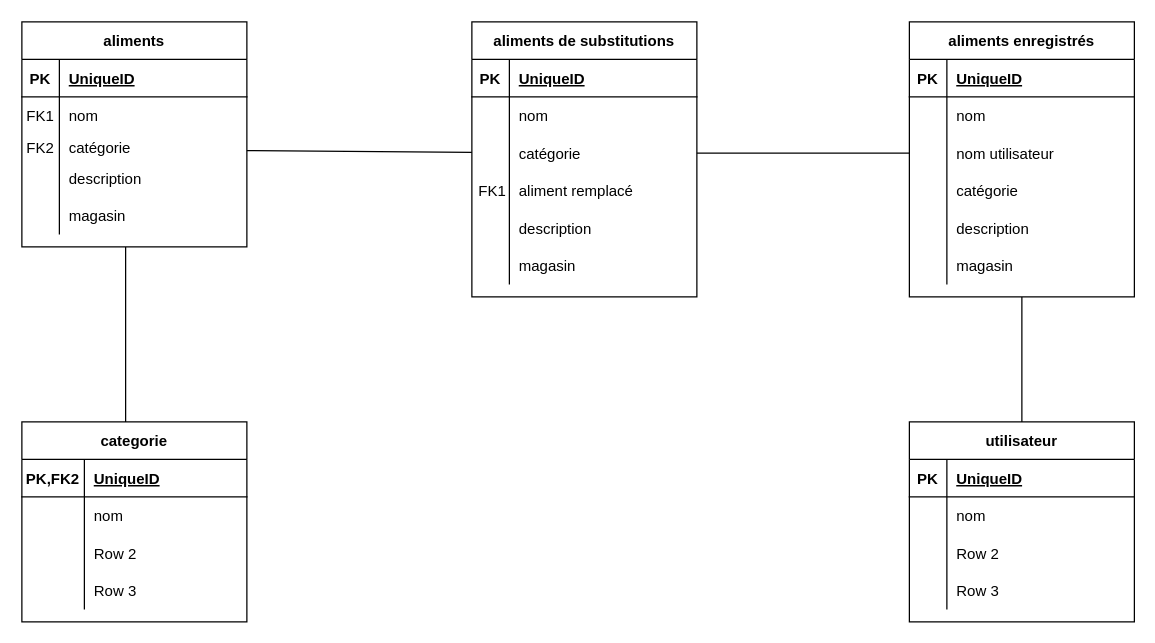
robindauteuil/Diagramme_UML keeps this draw.io diagram as page "Page-10" (10 of 10) of diagrammes réunis.drawio. Above is the earlier version. Source tidied: cells renumbered, new cells numbered last; positions are measured from the earlier drawing's top-left corner, leaving out a move shared by most shapes. Both pictures are drawn from the tidied source at 125%, with x=0, y=0 at pixel (21, 21).
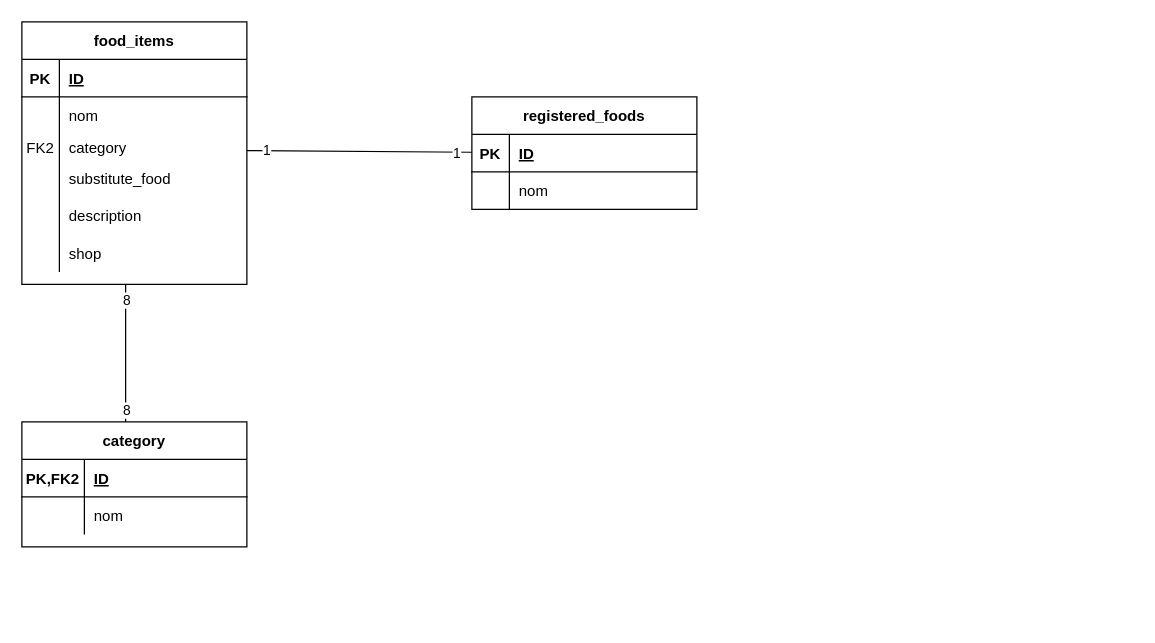
The same page after the edit.

Unchanged cells that the change refers to:
```xml
<mxCell id="3" style="shape=partialRectangle;fillColor=none;top=0;left=0;bottom=1;right=0;" parent="2" vertex="1">
  <mxGeometry y="30" width="180" height="30" as="geometry" />
</mxCell>
<mxCell id="6" style="shape=partialRectangle;fillColor=none;top=0;left=0;bottom=0;right=0;" parent="2" vertex="1">
  <mxGeometry y="60" width="180" height="30" as="geometry" />
</mxCell>
<mxCell id="9" style="shape=partialRectangle;fillColor=none;top=0;left=0;bottom=0;right=0;" parent="2" vertex="1">
  <mxGeometry y="90" width="180" height="20" as="geometry" />
</mxCell>
<mxCell id="38" style="shape=partialRectangle;fillColor=none;top=0;left=0;bottom=1;right=0;" parent="37" vertex="1">
  <mxGeometry y="30" width="180" height="30" as="geometry" />
</mxCell>
<mxCell id="57" style="shape=partialRectangle;fillColor=none;top=0;left=0;bottom=1;right=0;" parent="56" vertex="1">
  <mxGeometry y="30" width="180" height="30" as="geometry" />
</mxCell>
```

What changed in the source:
```diff
@@
-    <mxCell id="2" value="aliments" style="shape=table;startSize=30;childLayout=tableLayout;rowLines=0;fontStyle=1;align=center;" parent="1" vertex="1">
-      <mxGeometry width="180" height="180" as="geometry" />
+    <mxCell id="2" value="food_items" style="shape=table;startSize=30;childLayout=tableLayout;rowLines=0;fontStyle=1;align=center;" parent="1" vertex="1">
+      <mxGeometry width="180" height="210" as="geometry" />
     </mxCell>
@@
-    <mxCell id="5" value="UniqueID" style="shape=partialRectangle;fillColor=none;top=0;left=0;bottom=0;right=0;align=left;spacingLeft=6;fontStyle=5;overflow=hidden;" parent="3" vertex="1">
+    <mxCell id="5" value="ID" style="shape=partialRectangle;fillColor=none;top=0;left=0;bottom=0;right=0;align=left;spacingLeft=6;fontStyle=5;overflow=hidden;" parent="3" vertex="1">
       <mxGeometry x="30" width="150" height="30" as="geometry" />
     </mxCell>
@@
-    <mxCell id="7" value="FK1" style="shape=partialRectangle;fillColor=none;top=0;left=0;bottom=0;right=0;overflow=hidden;" parent="6" vertex="1">
+    <mxCell id="7" style="shape=partialRectangle;fillColor=none;top=0;left=0;bottom=0;right=0;overflow=hidden;" parent="6" vertex="1">
       <mxGeometry width="30" height="30" as="geometry" />
     </mxCell>
@@
-    <mxCell id="11" value="catégorie" style="shape=partialRectangle;fillColor=none;top=0;left=0;bottom=0;right=0;align=left;spacingLeft=6;overflow=hidden;" parent="9" vertex="1">
+    <mxCell id="11" value="category" style="shape=partialRectangle;fillColor=none;top=0;left=0;bottom=0;right=0;align=left;spacingLeft=6;overflow=hidden;" parent="9" vertex="1">
       <mxGeometry x="30" width="150" height="20" as="geometry" />
     </mxCell>
+    <mxCell id="86" style="shape=partialRectangle;fillColor=none;top=0;left=0;bottom=0;right=0;" parent="2" vertex="1">
+      <mxGeometry y="110" width="180" height="30" as="geometry" />
+    </mxCell>
+    <mxCell id="87" style="shape=partialRectangle;fillColor=none;top=0;left=0;bottom=0;right=0;overflow=hidden;" parent="86" vertex="1">
+      <mxGeometry width="30" height="30" as="geometry" />
+    </mxCell>
+    <mxCell id="88" value="substitute_food" style="shape=partialRectangle;fillColor=none;top=0;left=0;bottom=0;right=0;align=left;spacingLeft=6;overflow=hidden;" parent="86" vertex="1">
+      <mxGeometry x="30" width="150" height="30" as="geometry" />
+    </mxCell>
     <mxCell id="12" style="shape=partialRectangle;fillColor=none;top=0;left=0;bottom=0;right=0;" parent="2" vertex="1">
-      <mxGeometry y="110" width="180" height="30" as="geometry" />
+      <mxGeometry y="140" width="180" height="30" as="geometry" />
     </mxCell>
@@
     <mxCell id="15" style="shape=partialRectangle;fillColor=none;top=0;left=0;bottom=0;right=0;" parent="2" vertex="1">
-      <mxGeometry y="140" width="180" height="30" as="geometry" />
+      <mxGeometry y="170" width="180" height="30" as="geometry" />
     </mxCell>
@@
-    <mxCell id="17" value="magasin" style="shape=partialRectangle;fillColor=none;top=0;left=0;bottom=0;right=0;align=left;spacingLeft=6;overflow=hidden;" parent="15" vertex="1">
+    <mxCell id="17" value="shop" style="shape=partialRectangle;fillColor=none;top=0;left=0;bottom=0;right=0;align=left;spacingLeft=6;overflow=hidden;" parent="15" vertex="1">
       <mxGeometry x="30" width="150" height="30" as="geometry" />
     </mxCell>
-    <mxCell id="18" value="aliments de substitutions" style="shape=table;startSize=30;childLayout=tableLayout;rowLines=0;fontStyle=1;align=center;" parent="1" vertex="1">
-      <mxGeometry x="360" width="180" height="220" as="geometry" />
-    </mxCell>
-    <mxCell id="19" style="shape=partialRectangle;fillColor=none;top=0;left=0;bottom=1;right=0;" parent="18" vertex="1">
-      <mxGeometry y="30" width="180" height="30" as="geometry" />
-    </mxCell>
-    <mxCell id="20" value="PK" style="shape=partialRectangle;fillColor=none;top=0;left=0;bottom=0;right=0;fontStyle=1;overflow=hidden;" parent="19" vertex="1">
-      <mxGeometry width="30" height="30" as="geometry" />
-    </mxCell>
-    <mxCell id="21" value="UniqueID" style="shape=partialRectangle;fillColor=none;top=0;left=0;bottom=0;right=0;align=left;spacingLeft=6;fontStyle=5;overflow=hidden;" parent="19" vertex="1">
-      <mxGeometry x="30" width="150" height="30" as="geometry" />
-    </mxCell>
-    <mxCell id="22" style="shape=partialRectangle;fillColor=none;top=0;left=0;bottom=0;right=0;" parent="18" vertex="1">
-      <mxGeometry y="60" width="180" height="30" as="geometry" />
-    </mxCell>
-    <mxCell id="23" style="shape=partialRectangle;fillColor=none;top=0;left=0;bottom=0;right=0;overflow=hidden;" parent="22" vertex="1">
-      <mxGeometry width="30" height="30" as="geometry" />
-    </mxCell>
-    <mxCell id="24" value="nom" style="shape=partialRectangle;fillColor=none;top=0;left=0;bottom=0;right=0;align=left;spacingLeft=6;overflow=hidden;" parent="22" vertex="1">
-      <mxGeometry x="30" width="150" height="30" as="geometry" />
-    </mxCell>
-    <mxCell id="25" style="shape=partialRectangle;fillColor=none;top=0;left=0;bottom=0;right=0;points=[[0,0.5],[1,0.5]];portConstraint=eastwest;" parent="18" vertex="1">
-      <mxGeometry y="90" width="180" height="30" as="geometry" />
-    </mxCell>
-    <mxCell id="26" style="shape=partialRectangle;fillColor=none;top=0;left=0;bottom=0;right=0;overflow=hidden;" parent="25" vertex="1">
-      <mxGeometry width="30" height="30" as="geometry" />
-    </mxCell>
-    <mxCell id="27" value="catégorie" style="shape=partialRectangle;fillColor=none;top=0;left=0;bottom=0;right=0;align=left;spacingLeft=6;overflow=hidden;" parent="25" vertex="1">
-      <mxGeometry x="30" width="150" height="30" as="geometry" />
-    </mxCell>
-    <mxCell id="28" style="shape=partialRectangle;fillColor=none;top=0;left=0;bottom=0;right=0;" parent="18" vertex="1">
-      <mxGeometry y="120" width="180" height="30" as="geometry" />
-    </mxCell>
-    <mxCell id="29" value=" FK1" style="shape=partialRectangle;fillColor=none;top=0;left=0;bottom=0;right=0;overflow=hidden;" parent="28" vertex="1">
-      <mxGeometry width="30" height="30" as="geometry" />
-    </mxCell>
-    <mxCell id="30" value="aliment remplacé" style="shape=partialRectangle;fillColor=none;top=0;left=0;bottom=0;right=0;align=left;spacingLeft=6;overflow=hidden;" parent="28" vertex="1">
-      <mxGeometry x="30" width="150" height="30" as="geometry" />
-    </mxCell>
-    <mxCell id="31" style="shape=partialRectangle;fillColor=none;top=0;left=0;bottom=0;right=0;" parent="18" vertex="1">
-      <mxGeometry y="150" width="180" height="30" as="geometry" />
-    </mxCell>
-    <mxCell id="32" style="shape=partialRectangle;fillColor=none;top=0;left=0;bottom=0;right=0;overflow=hidden;" parent="31" vertex="1">
-      <mxGeometry width="30" height="30" as="geometry" />
-    </mxCell>
-    <mxCell id="33" value="description" style="shape=partialRectangle;fillColor=none;top=0;left=0;bottom=0;right=0;align=left;spacingLeft=6;overflow=hidden;" parent="31" vertex="1">
-      <mxGeometry x="30" width="150" height="30" as="geometry" />
-    </mxCell>
-    <mxCell id="34" style="shape=partialRectangle;fillColor=none;top=0;left=0;bottom=0;right=0;" parent="18" vertex="1">
-      <mxGeometry y="180" width="180" height="30" as="geometry" />
-    </mxCell>
-    <mxCell id="35" style="shape=partialRectangle;fillColor=none;top=0;left=0;bottom=0;right=0;overflow=hidden;" parent="34" vertex="1">
-      <mxGeometry width="30" height="30" as="geometry" />
-    </mxCell>
-    <mxCell id="36" value="magasin" style="shape=partialRectangle;fillColor=none;top=0;left=0;bottom=0;right=0;align=left;spacingLeft=6;overflow=hidden;" parent="34" vertex="1">
-      <mxGeometry x="30" width="150" height="30" as="geometry" />
-    </mxCell>
-    <mxCell id="37" value="aliments enregistrés" style="shape=table;startSize=30;childLayout=tableLayout;rowLines=0;fontStyle=1;align=center;" parent="1" vertex="1">
-      <mxGeometry x="710" width="180" height="220" as="geometry" />
+    <mxCell id="37" value="registered_foods" style="shape=table;startSize=30;childLayout=tableLayout;rowLines=0;fontStyle=1;align=center;" parent="1" vertex="1">
+      <mxGeometry x="360" y="60" width="180" height="90" as="geometry" />
     </mxCell>
@@
-    <mxCell id="40" value="UniqueID" style="shape=partialRectangle;fillColor=none;top=0;left=0;bottom=0;right=0;align=left;spacingLeft=6;fontStyle=5;overflow=hidden;" parent="38" vertex="1">
+    <mxCell id="40" value="ID" style="shape=partialRectangle;fillColor=none;top=0;left=0;bottom=0;right=0;align=left;spacingLeft=6;fontStyle=5;overflow=hidden;" parent="38" vertex="1">
       <mxGeometry x="30" width="150" height="30" as="geometry" />
     </mxCell>
@@
-    <mxCell id="44" style="shape=partialRectangle;fillColor=none;top=0;left=0;bottom=0;right=0;points=[[0,0.5],[1,0.5]];portConstraint=eastwest;" parent="37" vertex="1">
-      <mxGeometry y="90" width="180" height="30" as="geometry" />
-    </mxCell>
-    <mxCell id="45" style="shape=partialRectangle;fillColor=none;top=0;left=0;bottom=0;right=0;overflow=hidden;" parent="44" vertex="1">
-      <mxGeometry width="30" height="30" as="geometry" />
-    </mxCell>
-    <mxCell id="46" value="nom utilisateur" style="shape=partialRectangle;fillColor=none;top=0;left=0;bottom=0;right=0;align=left;spacingLeft=6;overflow=hidden;" parent="44" vertex="1">
-      <mxGeometry x="30" width="150" height="30" as="geometry" />
-    </mxCell>
-    <mxCell id="47" style="shape=partialRectangle;fillColor=none;top=0;left=0;bottom=0;right=0;" parent="37" vertex="1">
-      <mxGeometry y="120" width="180" height="30" as="geometry" />
-    </mxCell>
-    <mxCell id="48" style="shape=partialRectangle;fillColor=none;top=0;left=0;bottom=0;right=0;overflow=hidden;" parent="47" vertex="1">
-      <mxGeometry width="30" height="30" as="geometry" />
-    </mxCell>
-    <mxCell id="49" value="catégorie" style="shape=partialRectangle;fillColor=none;top=0;left=0;bottom=0;right=0;align=left;spacingLeft=6;overflow=hidden;" parent="47" vertex="1">
-      <mxGeometry x="30" width="150" height="30" as="geometry" />
-    </mxCell>
-    <mxCell id="50" style="shape=partialRectangle;fillColor=none;top=0;left=0;bottom=0;right=0;" parent="37" vertex="1">
-      <mxGeometry y="150" width="180" height="30" as="geometry" />
-    </mxCell>
-    <mxCell id="51" style="shape=partialRectangle;fillColor=none;top=0;left=0;bottom=0;right=0;overflow=hidden;" parent="50" vertex="1">
-      <mxGeometry width="30" height="30" as="geometry" />
-    </mxCell>
-    <mxCell id="52" value="description" style="shape=partialRectangle;fillColor=none;top=0;left=0;bottom=0;right=0;align=left;spacingLeft=6;overflow=hidden;" parent="50" vertex="1">
-      <mxGeometry x="30" width="150" height="30" as="geometry" />
-    </mxCell>
-    <mxCell id="53" style="shape=partialRectangle;fillColor=none;top=0;left=0;bottom=0;right=0;" parent="37" vertex="1">
-      <mxGeometry y="180" width="180" height="30" as="geometry" />
-    </mxCell>
-    <mxCell id="54" style="shape=partialRectangle;fillColor=none;top=0;left=0;bottom=0;right=0;overflow=hidden;" parent="53" vertex="1">
-      <mxGeometry width="30" height="30" as="geometry" />
-    </mxCell>
-    <mxCell id="55" value="magasin" style="shape=partialRectangle;fillColor=none;top=0;left=0;bottom=0;right=0;align=left;spacingLeft=6;overflow=hidden;" parent="53" vertex="1">
-      <mxGeometry x="30" width="150" height="30" as="geometry" />
-    </mxCell>
-    <mxCell id="56" value="categorie" style="shape=table;startSize=30;childLayout=tableLayout;rowLines=0;fontStyle=1;align=center;" parent="1" vertex="1">
-      <mxGeometry y="320" width="180" height="160" as="geometry" />
+    <mxCell id="56" value="category" style="shape=table;startSize=30;childLayout=tableLayout;rowLines=0;fontStyle=1;align=center;" parent="1" vertex="1">
+      <mxGeometry y="320" width="180" height="100" as="geometry" />
     </mxCell>
@@
-    <mxCell id="59" value="UniqueID" style="shape=partialRectangle;fillColor=none;top=0;left=0;bottom=0;right=0;align=left;spacingLeft=6;fontStyle=5;overflow=hidden;" parent="57" vertex="1">
+    <mxCell id="59" value="ID" style="shape=partialRectangle;fillColor=none;top=0;left=0;bottom=0;right=0;align=left;spacingLeft=6;fontStyle=5;overflow=hidden;" parent="57" vertex="1">
       <mxGeometry x="50" width="130" height="30" as="geometry" />
     </mxCell>
@@
-    <mxCell id="63" style="shape=partialRectangle;fillColor=none;top=0;left=0;bottom=0;right=0;" parent="56" vertex="1">
-      <mxGeometry y="90" width="180" height="30" as="geometry" />
-    </mxCell>
-    <mxCell id="64" style="shape=partialRectangle;fillColor=none;top=0;left=0;bottom=0;right=0;overflow=hidden;" parent="63" vertex="1">
-      <mxGeometry width="50" height="30" as="geometry" />
-    </mxCell>
-    <mxCell id="65" value="Row 2" style="shape=partialRectangle;fillColor=none;top=0;left=0;bottom=0;right=0;align=left;spacingLeft=6;overflow=hidden;" parent="63" vertex="1">
-      <mxGeometry x="50" width="130" height="30" as="geometry" />
-    </mxCell>
-    <mxCell id="66" style="shape=partialRectangle;fillColor=none;top=0;left=0;bottom=0;right=0;" parent="56" vertex="1">
-      <mxGeometry y="120" width="180" height="30" as="geometry" />
-    </mxCell>
-    <mxCell id="67" style="shape=partialRectangle;fillColor=none;top=0;left=0;bottom=0;right=0;overflow=hidden;" parent="66" vertex="1">
-      <mxGeometry width="50" height="30" as="geometry" />
-    </mxCell>
-    <mxCell id="68" value="Row 3" style="shape=partialRectangle;fillColor=none;top=0;left=0;bottom=0;right=0;align=left;spacingLeft=6;overflow=hidden;" parent="66" vertex="1">
-      <mxGeometry x="50" width="130" height="30" as="geometry" />
-    </mxCell>
-    <mxCell id="69" value="utilisateur" style="shape=table;startSize=30;childLayout=tableLayout;rowLines=0;fontStyle=1;align=center;" parent="1" vertex="1">
-      <mxGeometry x="710" y="320" width="180" height="160" as="geometry" />
-    </mxCell>
-    <mxCell id="70" style="shape=partialRectangle;fillColor=none;top=0;left=0;bottom=1;right=0;" parent="69" vertex="1">
-      <mxGeometry y="30" width="180" height="30" as="geometry" />
-    </mxCell>
-    <mxCell id="71" value="PK" style="shape=partialRectangle;fillColor=none;top=0;left=0;bottom=0;right=0;fontStyle=1;overflow=hidden;" parent="70" vertex="1">
-      <mxGeometry width="30" height="30" as="geometry" />
-    </mxCell>
-    <mxCell id="72" value="UniqueID" style="shape=partialRectangle;fillColor=none;top=0;left=0;bottom=0;right=0;align=left;spacingLeft=6;fontStyle=5;overflow=hidden;" parent="70" vertex="1">
-      <mxGeometry x="30" width="150" height="30" as="geometry" />
-    </mxCell>
-    <mxCell id="73" style="shape=partialRectangle;fillColor=none;top=0;left=0;bottom=0;right=0;" parent="69" vertex="1">
-      <mxGeometry y="60" width="180" height="30" as="geometry" />
-    </mxCell>
-    <mxCell id="74" style="shape=partialRectangle;fillColor=none;top=0;left=0;bottom=0;right=0;overflow=hidden;" parent="73" vertex="1">
-      <mxGeometry width="30" height="30" as="geometry" />
-    </mxCell>
-    <mxCell id="75" value="nom" style="shape=partialRectangle;fillColor=none;top=0;left=0;bottom=0;right=0;align=left;spacingLeft=6;overflow=hidden;" parent="73" vertex="1">
-      <mxGeometry x="30" width="150" height="30" as="geometry" />
-    </mxCell>
-    <mxCell id="76" style="shape=partialRectangle;fillColor=none;top=0;left=0;bottom=0;right=0;" parent="69" vertex="1">
-      <mxGeometry y="90" width="180" height="30" as="geometry" />
-    </mxCell>
-    <mxCell id="77" style="shape=partialRectangle;fillColor=none;top=0;left=0;bottom=0;right=0;overflow=hidden;" parent="76" vertex="1">
-      <mxGeometry width="30" height="30" as="geometry" />
-    </mxCell>
-    <mxCell id="78" value="Row 2" style="shape=partialRectangle;fillColor=none;top=0;left=0;bottom=0;right=0;align=left;spacingLeft=6;overflow=hidden;" parent="76" vertex="1">
-      <mxGeometry x="30" width="150" height="30" as="geometry" />
-    </mxCell>
-    <mxCell id="79" style="shape=partialRectangle;fillColor=none;top=0;left=0;bottom=0;right=0;" parent="69" vertex="1">
-      <mxGeometry y="120" width="180" height="30" as="geometry" />
-    </mxCell>
-    <mxCell id="80" style="shape=partialRectangle;fillColor=none;top=0;left=0;bottom=0;right=0;overflow=hidden;" parent="79" vertex="1">
-      <mxGeometry width="30" height="30" as="geometry" />
-    </mxCell>
-    <mxCell id="81" value="Row 3" style="shape=partialRectangle;fillColor=none;top=0;left=0;bottom=0;right=0;align=left;spacingLeft=6;overflow=hidden;" parent="79" vertex="1">
-      <mxGeometry x="30" width="150" height="30" as="geometry" />
-    </mxCell>
-    <mxCell id="82" style="endArrow=none;html=1;entryX=0.5;entryY=1;entryDx=0;entryDy=0;exitX=0.5;exitY=0;exitDx=0;exitDy=0;" parent="1" edge="1" source="69" target="37">
-      <mxGeometry relative="1" as="geometry" />
-    </mxCell>
-    <mxCell id="83" style="endArrow=none;html=1;rounded=0;exitX=1;exitY=0.5;exitDx=0;exitDy=0;entryX=0;entryY=0.5;entryDx=0;entryDy=0;" parent="1" edge="1" source="25" target="44">
-      <mxGeometry relative="1" as="geometry" />
-    </mxCell>
-    <mxCell id="84" style="endArrow=none;html=1;rounded=0;" parent="1" edge="1" target="25">
+    <mxCell id="84" style="endArrow=none;html=1;rounded=0;" parent="1" edge="1">
       <mxGeometry relative="1" as="geometry">
         <mxPoint x="180" y="103" as="sourcePoint" />
+        <mxPoint x="360" y="104.3" as="targetPoint" />
       </mxGeometry>
     </mxCell>
+    <mxCell id="89" value="1" style="edgeLabel;html=1;align=center;verticalAlign=middle;" parent="84" vertex="1">
+      <mxGeometry x="-0.83" y="1" relative="1" as="geometry" />
+    </mxCell>
+    <mxCell id="90" value="1" style="edgeLabel;html=1;align=center;verticalAlign=middle;" parent="84" vertex="1">
+      <mxGeometry x="0.87" relative="1" as="geometry" />
+    </mxCell>
     <mxCell id="85" style="endArrow=none;html=1;rounded=0;" parent="1" edge="1">
       <mxGeometry relative="1" as="geometry">
-        <mxPoint x="83" y="180" as="sourcePoint" />
+        <mxPoint x="83" y="210" as="sourcePoint" />
         <mxPoint x="83" y="320" as="targetPoint" />
       </mxGeometry>
     </mxCell>
+    <mxCell id="91" value="8" style="edgeLabel;html=1;align=center;verticalAlign=middle;" parent="85" vertex="1">
+      <mxGeometry x="0.82" relative="1" as="geometry" />
+    </mxCell>
+    <mxCell id="92" value="8" style="edgeLabel;html=1;align=center;verticalAlign=middle;" parent="85" vertex="1">
+      <mxGeometry x="-0.78" relative="1" as="geometry" />
+    </mxCell>
```
